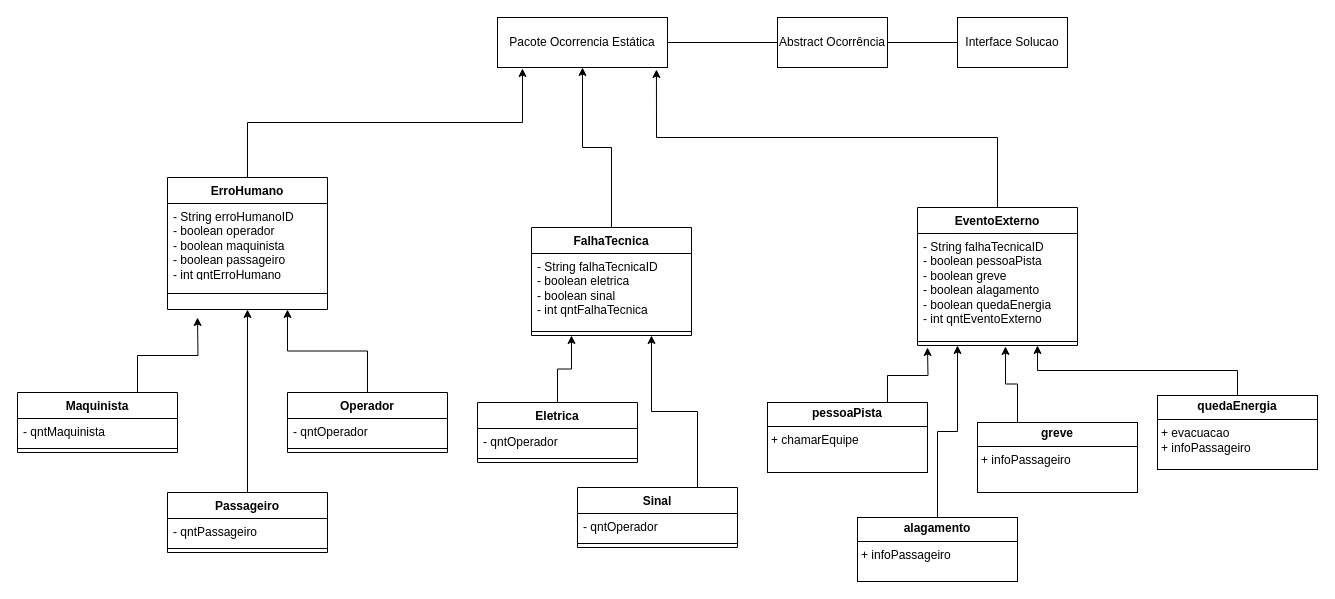
mariaalicen/DiagramasUML keeps this draw.io diagram as page "Ocorrencia Dinâmica" (2 of 4) of modelagemMalhaFerroviaria.drawio. Above is the earlier version. Source tidied: cells renumbered, new cells numbered last; positions are measured from the earlier drawing's top-left corner, leaving out a move shared by most shapes. Both pictures are drawn from the tidied source at 100%, with x=0, y=0 at pixel (17, 17).
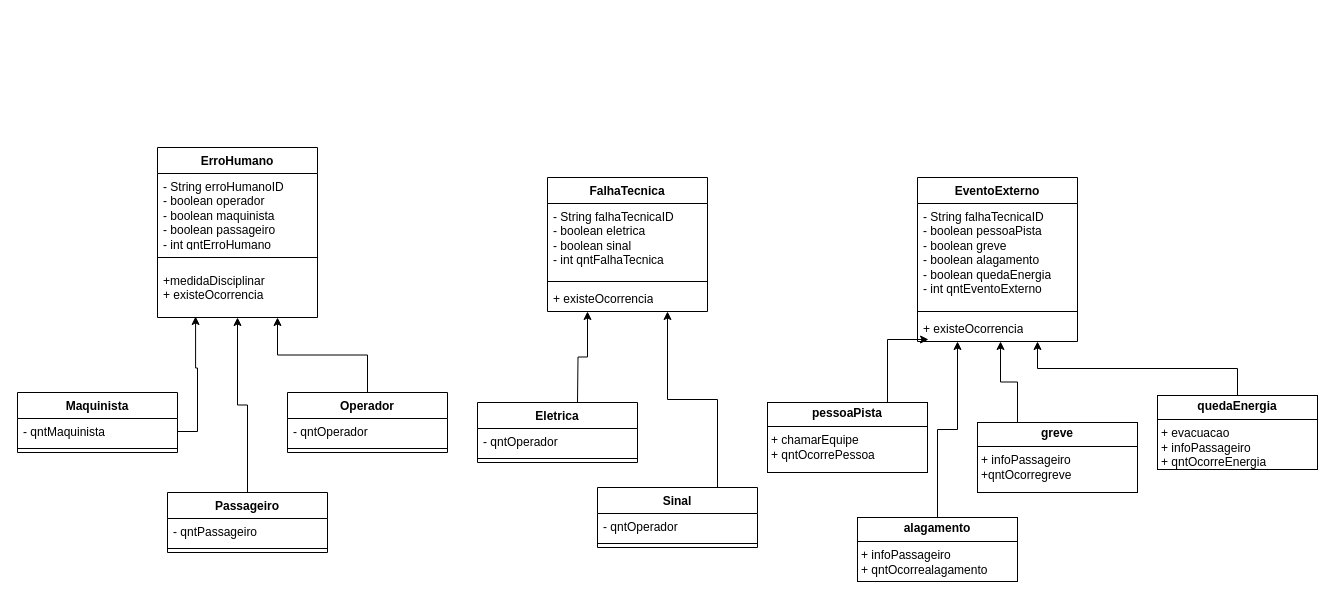
The same page after the edit.

Unchanged cells that the change refers to:
```xml
<mxCell id="16" style="line;strokeWidth=1;fillColor=none;align=left;verticalAlign=middle;spacingTop=-1;spacingLeft=3;spacingRight=3;labelPosition=right;points=[];portConstraint=eastwest;strokeColor=inherit;" parent="14" vertex="1">
  <mxGeometry y="130" width="160" height="8" as="geometry" />
</mxCell>
<mxCell id="20" value="Maquinista" style="swimlane;fontStyle=1;align=center;verticalAlign=top;horizontal=1;startSize=26;whiteSpace=wrap;html=1;" parent="1" vertex="1">
  <mxGeometry y="375" width="160" height="60" as="geometry" />
</mxCell>
<mxCell id="21" value="- qntMaquinista" style="text;strokeColor=none;fillColor=none;align=left;verticalAlign=top;spacingLeft=4;spacingRight=4;overflow=hidden;points=[[0,0.5],[1,0.5]];portConstraint=eastwest;whiteSpace=wrap;html=1;" parent="20" vertex="1">
  <mxGeometry y="26" width="160" height="26" as="geometry" />
</mxCell>
<mxCell id="39" value="Eletrica" style="swimlane;fontStyle=1;align=center;verticalAlign=top;horizontal=1;startSize=26;whiteSpace=wrap;html=1;" parent="1" vertex="1">
  <mxGeometry x="460" y="385" width="160" height="60" as="geometry" />
</mxCell>
```

What changed in the source:
```diff
@@
-    <mxCell id="2" style="edgeStyle=orthogonalEdgeStyle;rounded=0;jettySize=auto;html=1;exitX=1;exitY=0.5;exitDx=0;exitDy=0;entryX=0;entryY=0.5;entryDx=0;entryDy=0;endArrow=none;endFill=0;" parent="1" edge="1" source="3" target="4">
-      <mxGeometry relative="1" as="geometry" />
-    </mxCell>
-    <mxCell id="3" value="Pacote Ocorrencia Estática" style="html=1;whiteSpace=wrap;" parent="1" vertex="1">
-      <mxGeometry x="480" width="170" height="50" as="geometry" />
-    </mxCell>
-    <mxCell id="4" value="Abstract Ocorrência" style="html=1;whiteSpace=wrap;" parent="1" vertex="1">
-      <mxGeometry x="760" width="110" height="50" as="geometry" />
-    </mxCell>
     <mxCell id="5" value="ErroHumano" style="swimlane;fontStyle=1;align=center;verticalAlign=top;horizontal=1;startSize=26;whiteSpace=wrap;html=1;" parent="1" vertex="1">
-      <mxGeometry x="150" y="160" width="160" height="132" as="geometry" />
+      <mxGeometry x="140" y="130" width="160" height="170" as="geometry" />
     </mxCell>
@@
     <mxCell id="7" style="line;strokeWidth=1;fillColor=none;align=left;verticalAlign=middle;spacingTop=-1;spacingLeft=3;spacingRight=3;labelPosition=right;strokeColor=inherit;" parent="5" vertex="1">
-      <mxGeometry y="100" width="160" height="32" as="geometry" />
+      <mxGeometry y="100" width="160" height="20" as="geometry" />
     </mxCell>
-    <mxCell id="8" style="edgeStyle=orthogonalEdgeStyle;rounded=0;jettySize=auto;html=1;exitX=0.5;exitY=0;exitDx=0;exitDy=0;entryX=0.5;entryY=1;entryDx=0;entryDy=0;" parent="1" edge="1" source="9" target="3">
-      <mxGeometry relative="1" as="geometry" />
-    </mxCell>
+    <mxCell id="47" value="+medidaDisciplinar&lt;div&gt;+ existeOcorrencia&lt;br&gt;&lt;div&gt;&lt;br&gt;&lt;/div&gt;&lt;/div&gt;" style="text;strokeColor=none;fillColor=none;align=left;verticalAlign=top;spacingLeft=4;spacingRight=4;overflow=hidden;points=[[0,0.5],[1,0.5]];portConstraint=eastwest;whiteSpace=wrap;html=1;" parent="5" vertex="1">
+      <mxGeometry y="120" width="160" height="50" as="geometry" />
+    </mxCell>
     <mxCell id="9" value="FalhaTecnica" style="swimlane;fontStyle=1;align=center;verticalAlign=top;horizontal=1;startSize=26;whiteSpace=wrap;html=1;" parent="1" vertex="1">
-      <mxGeometry x="514" y="210" width="160" height="108" as="geometry" />
+      <mxGeometry x="530" y="160" width="160" height="134" as="geometry" />
     </mxCell>
@@
-    <mxCell id="12" style="edgeStyle=orthogonalEdgeStyle;rounded=0;jettySize=auto;html=1;exitX=0;exitY=0.5;exitDx=0;exitDy=0;entryX=1;entryY=0.5;entryDx=0;entryDy=0;endArrow=none;endFill=0;" parent="1" edge="1" source="13" target="4">
-      <mxGeometry relative="1" as="geometry" />
-    </mxCell>
-    <mxCell id="13" value="Interface Solucao" style="html=1;whiteSpace=wrap;" parent="1" vertex="1">
-      <mxGeometry x="940" width="110" height="50" as="geometry" />
-    </mxCell>
+    <mxCell id="48" value="+ existeOcorrencia" style="text;strokeColor=none;fillColor=none;align=left;verticalAlign=top;spacingLeft=4;spacingRight=4;overflow=hidden;whiteSpace=wrap;html=1;" parent="9" vertex="1">
+      <mxGeometry y="108" width="160" height="26" as="geometry" />
+    </mxCell>
     <mxCell id="14" value="EventoExterno" style="swimlane;fontStyle=1;align=center;verticalAlign=top;horizontal=1;startSize=26;whiteSpace=wrap;html=1;" parent="1" vertex="1">
-      <mxGeometry x="900" y="190" width="160" height="138" as="geometry" />
+      <mxGeometry x="900" y="160" width="160" height="164" as="geometry" />
     </mxCell>
@@
-    <mxCell id="17" style="edgeStyle=orthogonalEdgeStyle;rounded=0;jettySize=auto;html=1;exitX=0.5;exitY=0;exitDx=0;exitDy=0;entryX=0.147;entryY=1.02;entryDx=0;entryDy=0;entryPerimeter=0;" parent="1" edge="1" source="5" target="3">
-      <mxGeometry relative="1" as="geometry" />
-    </mxCell>
-    <mxCell id="18" style="edgeStyle=orthogonalEdgeStyle;rounded=0;jettySize=auto;html=1;exitX=0.5;exitY=0;exitDx=0;exitDy=0;entryX=0.935;entryY=1.04;entryDx=0;entryDy=0;entryPerimeter=0;" parent="1" edge="1" source="14" target="3">
-      <mxGeometry relative="1" as="geometry" />
-    </mxCell>
-    <mxCell id="19" style="edgeStyle=orthogonalEdgeStyle;rounded=0;jettySize=auto;html=1;exitX=0.75;exitY=0;exitDx=0;exitDy=0;" parent="1" edge="1" source="20">
-      <mxGeometry relative="1" as="geometry">
-        <mxPoint x="180" y="300" as="targetPoint" />
-      </mxGeometry>
-    </mxCell>
+    <mxCell id="49" value="+ existeOcorrencia" style="text;strokeColor=none;fillColor=none;align=left;verticalAlign=top;spacingLeft=4;spacingRight=4;overflow=hidden;points=[[0,0.5],[1,0.5]];portConstraint=eastwest;whiteSpace=wrap;html=1;" parent="14" vertex="1">
+      <mxGeometry y="138" width="160" height="26" as="geometry" />
+    </mxCell>
@@
-    <mxCell id="31" style="edgeStyle=orthogonalEdgeStyle;rounded=0;jettySize=auto;html=1;exitX=0.75;exitY=0;exitDx=0;exitDy=0;" parent="1" edge="1" source="32">
-      <mxGeometry relative="1" as="geometry">
-        <mxPoint x="910" y="330" as="targetPoint" />
-      </mxGeometry>
+    <mxCell id="31" style="edgeStyle=orthogonalEdgeStyle;rounded=0;jettySize=auto;html=1;exitX=0.75;exitY=0;exitDx=0;exitDy=0;entryX=0.069;entryY=0.923;entryDx=0;entryDy=0;entryPerimeter=0;" parent="1" edge="1" source="32" target="49">
+      <mxGeometry relative="1" as="geometry" />
     </mxCell>
-    <mxCell id="32" value="&lt;p style=&quot;margin:0px;margin-top:4px;text-align:center;&quot;&gt;&lt;b&gt;pessoaPista&lt;/b&gt;&lt;/p&gt;&lt;hr size=&quot;1&quot; style=&quot;border-style:solid;&quot;&gt;&lt;p style=&quot;margin:0px;margin-left:4px;&quot;&gt;&lt;span style=&quot;background-color: initial;&quot;&gt;+ chamarEquipe&lt;/span&gt;&lt;br&gt;&lt;/p&gt;" style="verticalAlign=top;align=left;overflow=fill;html=1;whiteSpace=wrap;" parent="1" vertex="1">
+    <mxCell id="32" value="&lt;p style=&quot;margin:0px;margin-top:4px;text-align:center;&quot;&gt;&lt;b&gt;pessoaPista&lt;/b&gt;&lt;/p&gt;&lt;hr size=&quot;1&quot; style=&quot;border-style:solid;&quot;&gt;&lt;p style=&quot;margin:0px;margin-left:4px;&quot;&gt;&lt;span style=&quot;background-color: initial;&quot;&gt;+ chamarEquipe&lt;/span&gt;&lt;br&gt;&lt;/p&gt;&lt;p style=&quot;margin:0px;margin-left:4px;&quot;&gt;&lt;span style=&quot;background-color: initial;&quot;&gt;+ qntOcorrePessoa&lt;/span&gt;&lt;/p&gt;" style="verticalAlign=top;align=left;overflow=fill;html=1;whiteSpace=wrap;" parent="1" vertex="1">
       <mxGeometry x="750" y="385" width="160" height="70" as="geometry" />
     </mxCell>
@@
-    <mxCell id="34" value="&lt;p style=&quot;margin:0px;margin-top:4px;text-align:center;&quot;&gt;&lt;b&gt;alagamento&lt;/b&gt;&lt;/p&gt;&lt;hr size=&quot;1&quot; style=&quot;border-style:solid;&quot;&gt;&lt;p style=&quot;margin:0px;margin-left:4px;&quot;&gt;&lt;span style=&quot;background-color: initial;&quot;&gt;+ infoPassageiro&lt;/span&gt;&lt;/p&gt;" style="verticalAlign=top;align=left;overflow=fill;html=1;whiteSpace=wrap;" parent="1" vertex="1">
+    <mxCell id="34" value="&lt;p style=&quot;margin:0px;margin-top:4px;text-align:center;&quot;&gt;&lt;b&gt;alagamento&lt;/b&gt;&lt;/p&gt;&lt;hr size=&quot;1&quot; style=&quot;border-style:solid;&quot;&gt;&lt;p style=&quot;margin:0px;margin-left:4px;&quot;&gt;&lt;span style=&quot;background-color: initial;&quot;&gt;+ infoPassageiro&lt;/span&gt;&lt;/p&gt;&lt;p style=&quot;margin:0px;margin-left:4px;&quot;&gt;&lt;span style=&quot;background-color: initial;&quot;&gt;+ qntOcorrealagamento&lt;/span&gt;&lt;/p&gt;" style="verticalAlign=top;align=left;overflow=fill;html=1;whiteSpace=wrap;" parent="1" vertex="1">
       <mxGeometry x="840" y="500" width="160" height="64" as="geometry" />
     </mxCell>
-    <mxCell id="35" value="&lt;p style=&quot;margin:0px;margin-top:4px;text-align:center;&quot;&gt;&lt;b&gt;greve&lt;/b&gt;&lt;/p&gt;&lt;hr size=&quot;1&quot; style=&quot;border-style:solid;&quot;&gt;&lt;p style=&quot;margin:0px;margin-left:4px;&quot;&gt;&lt;/p&gt;&lt;p style=&quot;margin:0px;margin-left:4px;&quot;&gt;+ infoPassageiro&lt;/p&gt;" style="verticalAlign=top;align=left;overflow=fill;html=1;whiteSpace=wrap;" parent="1" vertex="1">
+    <mxCell id="35" value="&lt;p style=&quot;margin:0px;margin-top:4px;text-align:center;&quot;&gt;&lt;b&gt;greve&lt;/b&gt;&lt;/p&gt;&lt;hr size=&quot;1&quot; style=&quot;border-style:solid;&quot;&gt;&lt;p style=&quot;margin:0px;margin-left:4px;&quot;&gt;&lt;/p&gt;&lt;p style=&quot;margin:0px;margin-left:4px;&quot;&gt;+ infoPassageiro&lt;/p&gt;&lt;p style=&quot;margin:0px;margin-left:4px;&quot;&gt;+qntOcorregreve&lt;/p&gt;" style="verticalAlign=top;align=left;overflow=fill;html=1;whiteSpace=wrap;" parent="1" vertex="1">
       <mxGeometry x="960" y="405" width="160" height="70" as="geometry" />
     </mxCell>
@@
-    <mxCell id="37" value="&lt;p style=&quot;margin:0px;margin-top:4px;text-align:center;&quot;&gt;&lt;b&gt;quedaEnergia&lt;/b&gt;&lt;/p&gt;&lt;hr size=&quot;1&quot; style=&quot;border-style:solid;&quot;&gt;&lt;p style=&quot;margin:0px;margin-left:4px;&quot;&gt;&lt;span style=&quot;background-color: initial;&quot;&gt;+ evacuacao&lt;/span&gt;&lt;/p&gt;&lt;p style=&quot;margin:0px;margin-left:4px;&quot;&gt;&lt;span style=&quot;background-color: initial;&quot;&gt;+ infoPassageiro&lt;/span&gt;&lt;/p&gt;" style="verticalAlign=top;align=left;overflow=fill;html=1;whiteSpace=wrap;" parent="1" vertex="1">
+    <mxCell id="37" value="&lt;p style=&quot;margin:0px;margin-top:4px;text-align:center;&quot;&gt;&lt;b&gt;quedaEnergia&lt;/b&gt;&lt;/p&gt;&lt;hr size=&quot;1&quot; style=&quot;border-style:solid;&quot;&gt;&lt;p style=&quot;margin:0px;margin-left:4px;&quot;&gt;&lt;span style=&quot;background-color: initial;&quot;&gt;+ evacuacao&lt;/span&gt;&lt;/p&gt;&lt;p style=&quot;margin:0px;margin-left:4px;&quot;&gt;&lt;span style=&quot;background-color: initial;&quot;&gt;+ infoPassageiro&lt;/span&gt;&lt;/p&gt;&lt;p style=&quot;margin:0px;margin-left:4px;&quot;&gt;&lt;span style=&quot;background-color: initial;&quot;&gt;+ qntOcorreEnergia&lt;/span&gt;&lt;/p&gt;" style="verticalAlign=top;align=left;overflow=fill;html=1;whiteSpace=wrap;" parent="1" vertex="1">
       <mxGeometry x="1140" y="378" width="160" height="74" as="geometry" />
     </mxCell>
-    <mxCell id="38" style="edgeStyle=orthogonalEdgeStyle;rounded=0;jettySize=auto;html=1;exitX=0.5;exitY=0;exitDx=0;exitDy=0;entryX=0.25;entryY=1;entryDx=0;entryDy=0;" parent="1" edge="1" source="39" target="9">
-      <mxGeometry relative="1" as="geometry" />
+    <mxCell id="38" style="edgeStyle=orthogonalEdgeStyle;rounded=0;jettySize=auto;html=1;exitX=0.5;exitY=0;exitDx=0;exitDy=0;entryX=0.25;entryY=1;entryDx=0;entryDy=0;" parent="1" edge="1" target="9">
+      <mxGeometry relative="1" as="geometry">
+        <mxPoint x="560" y="385" as="sourcePoint" />
+      </mxGeometry>
     </mxCell>
@@
     <mxCell id="43" value="Sinal" style="swimlane;fontStyle=1;align=center;verticalAlign=top;horizontal=1;startSize=26;whiteSpace=wrap;html=1;" parent="1" vertex="1">
-      <mxGeometry x="560" y="470" width="160" height="60" as="geometry" />
+      <mxGeometry x="580" y="470" width="160" height="60" as="geometry" />
     </mxCell>
@@
-    <mxCell id="46" style="edgeStyle=orthogonalEdgeStyle;rounded=0;jettySize=auto;html=1;exitX=0.25;exitY=0;exitDx=0;exitDy=0;entryX=0.55;entryY=1.125;entryDx=0;entryDy=0;entryPerimeter=0;" parent="1" edge="1" source="35" target="16">
-      <mxGeometry relative="1" as="geometry" />
-    </mxCell>
+    <mxCell id="50" style="edgeStyle=orthogonalEdgeStyle;rounded=0;jettySize=auto;html=1;exitX=1;exitY=0.5;exitDx=0;exitDy=0;entryX=0.238;entryY=0.98;entryDx=0;entryDy=0;entryPerimeter=0;" parent="1" edge="1" source="21" target="47">
+      <mxGeometry relative="1" as="geometry" />
+    </mxCell>
+    <mxCell id="51" style="edgeStyle=orthogonalEdgeStyle;rounded=0;jettySize=auto;html=1;exitX=0.25;exitY=0;exitDx=0;exitDy=0;entryX=0.519;entryY=1;entryDx=0;entryDy=0;entryPerimeter=0;" parent="1" edge="1" source="35" target="49">
+      <mxGeometry relative="1" as="geometry" />
+    </mxCell>
```
